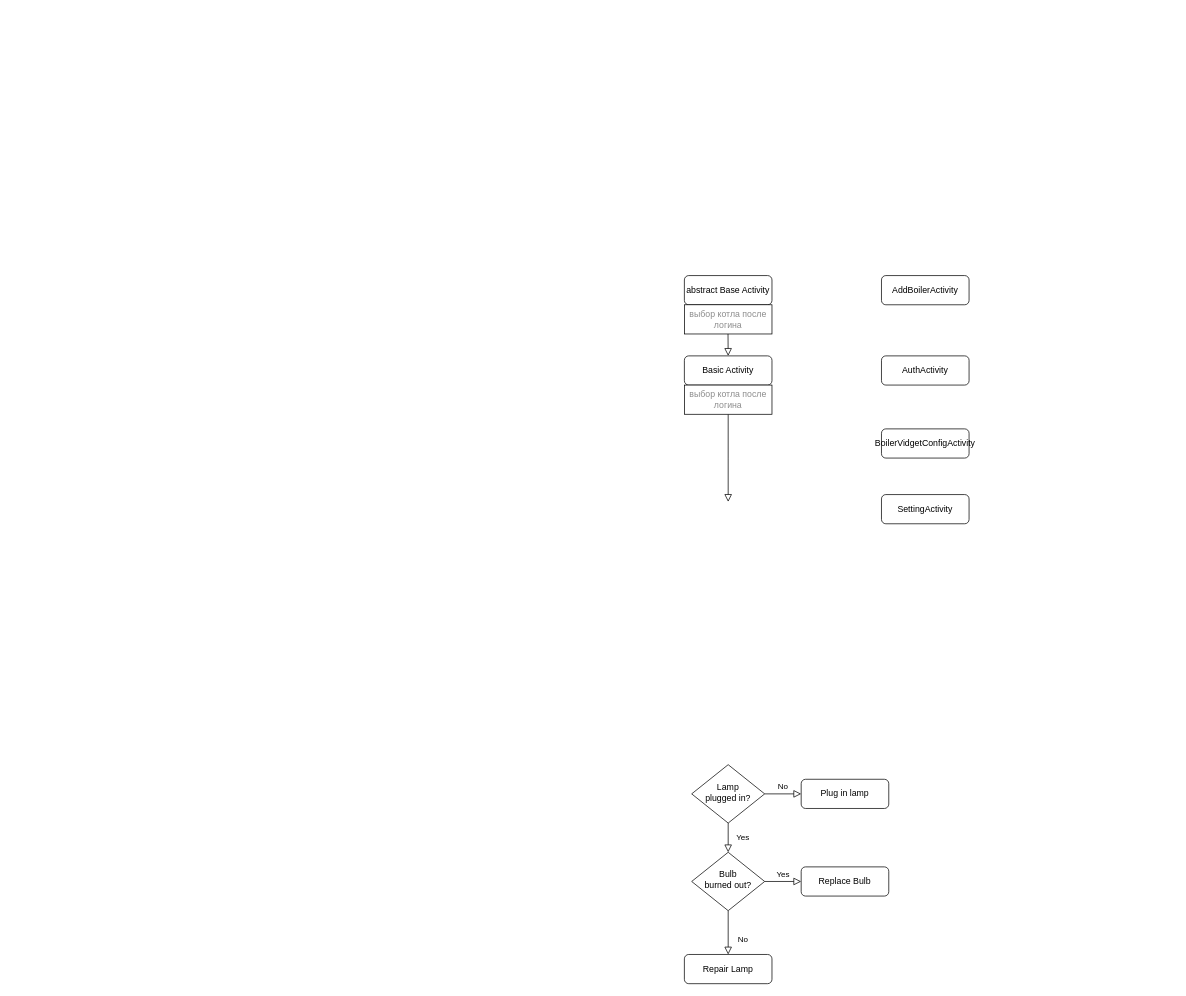
This is Диаграмма без названия.drawio from tCynik/GirdMap, a draw.io file, before an edit. Source tidied: cells renumbered, new cells numbered last; positions are measured from the earlier drawing's top-left corner, leaving out a move shared by most shapes. Both pictures are drawn from the tidied source at 73%, with x=0, y=0 at pixel (684, 275).
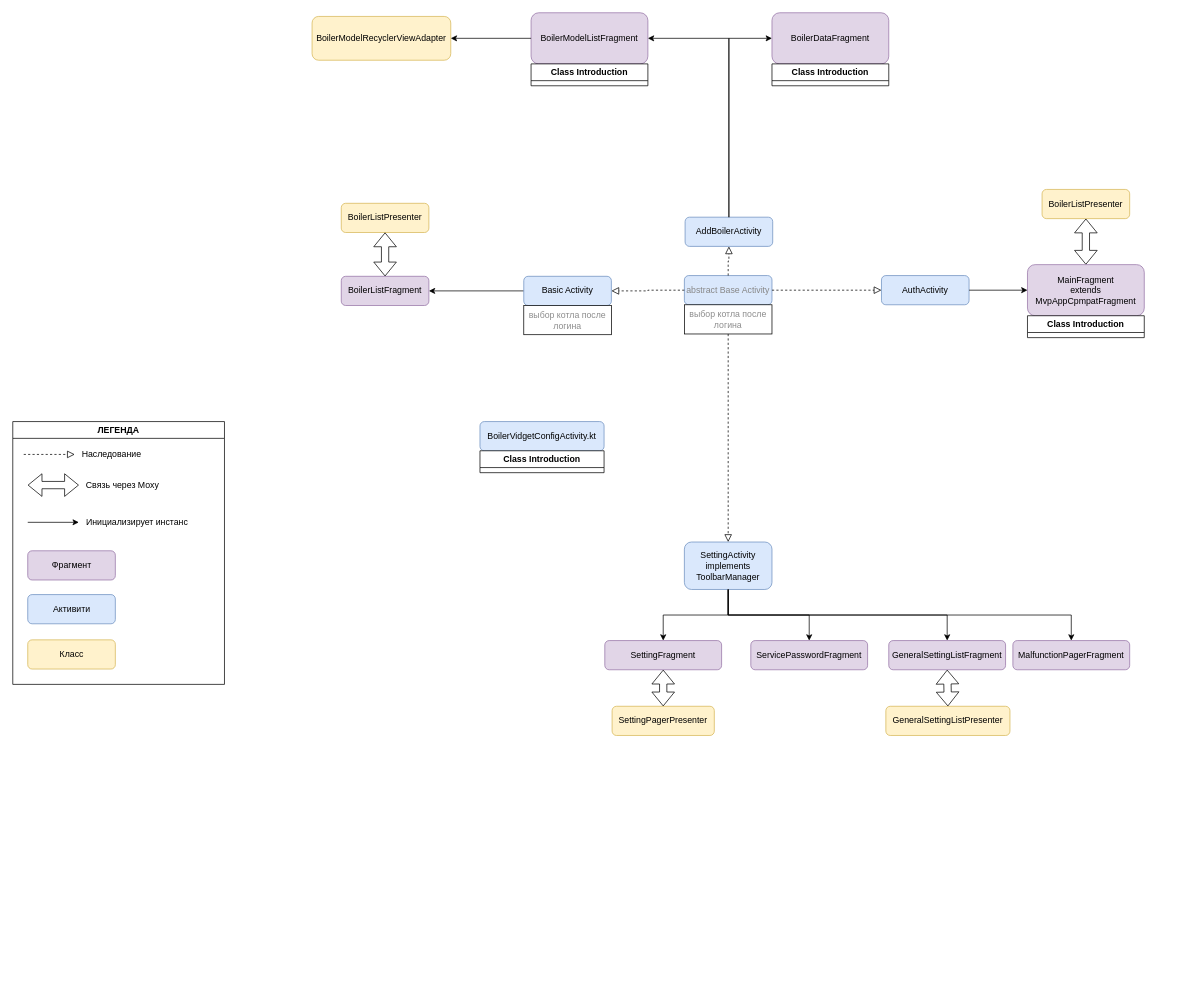
Above is the later version.

Diff of the diagram source:
```diff
@@
-    <mxCell id="2" value="abstract Base Activity" style="rounded=1;whiteSpace=wrap;html=1;fontSize=12;glass=0;strokeWidth=1;shadow=0;" parent="1" vertex="1">
+    <mxCell id="2" value="abstract Base Activity" style="rounded=1;whiteSpace=wrap;html=1;fontSize=12;glass=0;strokeWidth=1;shadow=0;fillColor=#dae8fc;strokeColor=#6c8ebf;fontColor=#878787;" parent="1" vertex="1">
       <mxGeometry width="120" height="40" as="geometry" />
     </mxCell>
-    <mxCell id="3" value="Yes" style="rounded=0;html=1;jettySize=auto;fontSize=11;endArrow=block;endFill=0;endSize=8;strokeWidth=1;shadow=0;labelBackgroundColor=none;edgeStyle=orthogonalEdgeStyle;" parent="1" edge="1" source="5" target="9">
-      <mxGeometry y="20" relative="1" as="geometry" />
-    </mxCell>
-    <mxCell id="4" value="No" style="edgeStyle=orthogonalEdgeStyle;rounded=0;html=1;jettySize=auto;fontSize=11;endArrow=block;endFill=0;endSize=8;strokeWidth=1;shadow=0;labelBackgroundColor=none;" parent="1" edge="1" source="5" target="6">
-      <mxGeometry y="10" relative="1" as="geometry" />
-    </mxCell>
-    <mxCell id="5" value="Lamp&lt;br&gt;plugged in?" style="rhombus;whiteSpace=wrap;html=1;shadow=0;fontFamily=Helvetica;fontSize=12;align=center;strokeWidth=1;spacing=6;spacingTop=-4;" parent="1" vertex="1">
-      <mxGeometry x="10" y="670" width="100" height="80" as="geometry" />
-    </mxCell>
-    <mxCell id="6" value="Plug in lamp" style="rounded=1;whiteSpace=wrap;html=1;fontSize=12;glass=0;strokeWidth=1;shadow=0;" parent="1" vertex="1">
-      <mxGeometry x="160" y="690" width="120" height="40" as="geometry" />
-    </mxCell>
-    <mxCell id="7" value="No" style="rounded=0;html=1;jettySize=auto;fontSize=11;endArrow=block;endFill=0;endSize=8;strokeWidth=1;shadow=0;labelBackgroundColor=none;edgeStyle=orthogonalEdgeStyle;" parent="1" edge="1" source="9" target="10">
-      <mxGeometry x="0.33" y="20" relative="1" as="geometry" />
-    </mxCell>
-    <mxCell id="8" value="Yes" style="edgeStyle=orthogonalEdgeStyle;rounded=0;html=1;jettySize=auto;fontSize=11;endArrow=block;endFill=0;endSize=8;strokeWidth=1;shadow=0;labelBackgroundColor=none;" parent="1" edge="1" source="9" target="11">
-      <mxGeometry y="10" relative="1" as="geometry" />
-    </mxCell>
-    <mxCell id="9" value="Bulb&lt;br&gt;burned out?" style="rhombus;whiteSpace=wrap;html=1;shadow=0;fontFamily=Helvetica;fontSize=12;align=center;strokeWidth=1;spacing=6;spacingTop=-4;" parent="1" vertex="1">
-      <mxGeometry x="10" y="790" width="100" height="80" as="geometry" />
-    </mxCell>
-    <mxCell id="10" value="Repair Lamp" style="rounded=1;whiteSpace=wrap;html=1;fontSize=12;glass=0;strokeWidth=1;shadow=0;" parent="1" vertex="1">
-      <mxGeometry y="930" width="120" height="40" as="geometry" />
-    </mxCell>
-    <mxCell id="11" value="Replace Bulb" style="rounded=1;whiteSpace=wrap;html=1;fontSize=12;glass=0;strokeWidth=1;shadow=0;" parent="1" vertex="1">
-      <mxGeometry x="160" y="810" width="120" height="40" as="geometry" />
-    </mxCell>
-    <mxCell id="12" value="AddBoilerActivity" style="rounded=1;whiteSpace=wrap;html=1;fontSize=12;glass=0;strokeWidth=1;shadow=0;" parent="1" vertex="1">
-      <mxGeometry x="270" width="120" height="40" as="geometry" />
+    <mxCell id="12" value="AddBoilerActivity" style="rounded=1;whiteSpace=wrap;html=1;fontSize=12;glass=0;strokeWidth=1;shadow=0;fillColor=#dae8fc;strokeColor=#6c8ebf;" parent="1" vertex="1">
+      <mxGeometry x="1" y="-80" width="120" height="40" as="geometry" />
     </mxCell>
-    <mxCell id="13" value="AuthActivity" style="rounded=1;whiteSpace=wrap;html=1;fontSize=12;glass=0;strokeWidth=1;shadow=0;" parent="1" vertex="1">
-      <mxGeometry x="270" y="110" width="120" height="40" as="geometry" />
+    <mxCell id="13" value="AuthActivity" style="rounded=1;whiteSpace=wrap;html=1;fontSize=12;glass=0;strokeWidth=1;shadow=0;fillColor=#dae8fc;strokeColor=#6c8ebf;" parent="1" vertex="1">
+      <mxGeometry x="270" width="120" height="40" as="geometry" />
     </mxCell>
+    <mxCell id="21" style="edgeStyle=orthogonalEdgeStyle;rounded=0;jettySize=auto;html=1;exitX=0;exitY=0.5;exitDx=0;exitDy=0;entryX=1;entryY=0.5;entryDx=0;entryDy=0;" parent="1" edge="1" source="14" target="23">
+      <mxGeometry relative="1" as="geometry" />
+    </mxCell>
+    <mxCell id="16" value="SettingActivity&lt;br&gt;implements&lt;br&gt;ToolbarManager" style="rounded=1;whiteSpace=wrap;html=1;fontSize=12;glass=0;strokeWidth=1;shadow=0;fillColor=#dae8fc;strokeColor=#6c8ebf;" parent="1" vertex="1">
+      <mxGeometry y="365" width="120" height="65" as="geometry" />
+    </mxCell>
+    <mxCell id="18" value="выбор котла после логина" style="rounded=0;whiteSpace=wrap;html=1;fontColor=#8c8c8c;" parent="1" vertex="1">
+      <mxGeometry y="40" width="120" height="40" as="geometry" />
+    </mxCell>
+    <mxCell id="20" style="rounded=0;html=1;jettySize=auto;fontSize=11;endArrow=block;endFill=0;endSize=8;strokeWidth=1;shadow=0;labelBackgroundColor=none;edgeStyle=orthogonalEdgeStyle;exitX=0;exitY=0.5;exitDx=0;exitDy=0;dashed=1;entryX=1;entryY=0.5;entryDx=0;entryDy=0;" parent="1" edge="1" source="2" target="14">
+      <mxGeometry relative="1" as="geometry" />
+    </mxCell>
+    <mxCell id="22" style="group;" parent="1" vertex="1">
+      <mxGeometry x="-470" y="-99" width="120" height="140" as="geometry" />
+    </mxCell>
+    <mxCell id="23" value="BoilerListFragment" style="rounded=1;whiteSpace=wrap;html=1;fontSize=12;glass=0;strokeWidth=1;shadow=0;fillColor=#e1d5e7;strokeColor=#9673a6;" parent="22" vertex="1">
+      <mxGeometry y="100" width="120" height="40" as="geometry" />
+    </mxCell>
+    <mxCell id="24" value="BoilerListPresenter" style="rounded=1;whiteSpace=wrap;html=1;fontSize=12;glass=0;strokeWidth=1;shadow=0;fillColor=#fff2cc;strokeColor=#d6b656;" parent="22" vertex="1">
+      <mxGeometry width="120" height="40" as="geometry" />
+    </mxCell>
+    <mxCell id="25" style="shape=flexArrow;endArrow=classic;startArrow=classic;html=1;rounded=0;exitX=0.5;exitY=0;exitDx=0;exitDy=0;entryX=0.5;entryY=1;entryDx=0;entryDy=0;" parent="22" edge="1" source="23" target="24">
+      <mxGeometry relative="1" as="geometry" />
+    </mxCell>
+    <mxCell id="26" value="BoilerListPresenter" style="rounded=1;whiteSpace=wrap;html=1;fontSize=12;glass=0;strokeWidth=1;shadow=0;fillColor=#fff2cc;strokeColor=#d6b656;" parent="1" vertex="1">
+      <mxGeometry x="490" y="-118" width="120" height="40" as="geometry" />
+    </mxCell>
+    <mxCell id="27" style="shape=flexArrow;endArrow=classic;startArrow=classic;html=1;rounded=0;exitX=0.5;exitY=0;exitDx=0;exitDy=0;entryX=0.5;entryY=1;entryDx=0;entryDy=0;" parent="1" edge="1" source="30" target="26">
+      <mxGeometry relative="1" as="geometry" />
+    </mxCell>
+    <mxCell id="28" style="edgeStyle=orthogonalEdgeStyle;rounded=0;jettySize=auto;html=1;exitX=1;exitY=0.5;exitDx=0;exitDy=0;entryX=0;entryY=0.5;entryDx=0;entryDy=0;" parent="1" edge="1" source="13" target="30">
+      <mxGeometry relative="1" as="geometry" />
+    </mxCell>
+    <mxCell id="29" style="group;" parent="1" vertex="1">
+      <mxGeometry x="470" y="95" width="200" height="270" as="geometry" />
+    </mxCell>
+    <mxCell id="30" value="MainFragment &lt;br&gt;extends MvpAppCpmpatFragment" style="rounded=1;whiteSpace=wrap;html=1;fontSize=12;glass=0;strokeWidth=1;shadow=0;fillColor=#e1d5e7;strokeColor=#9673a6;" parent="29" vertex="1">
+      <mxGeometry y="-110" width="160" height="70" as="geometry" />
+    </mxCell>
+    <mxCell id="31" value="Class Introduction" style="swimlane;whiteSpace=wrap;html=1;" parent="29" vertex="1" collapsed="1">
+      <mxGeometry y="-40" width="160" height="30" as="geometry" />
+    </mxCell>
+    <mxCell id="32" style="rounded=0;html=1;jettySize=auto;fontSize=11;endArrow=block;endFill=0;endSize=8;strokeWidth=1;shadow=0;labelBackgroundColor=none;edgeStyle=orthogonalEdgeStyle;exitX=0.5;exitY=0;exitDx=0;exitDy=0;entryX=0.5;entryY=1;entryDx=0;entryDy=0;dashed=1;" parent="1" edge="1" source="2" target="12">
+      <mxGeometry relative="1" as="geometry" />
+    </mxCell>
+    <mxCell id="33" style="group;" parent="1" vertex="1">
+      <mxGeometry x="120" y="-360" width="210" height="270" as="geometry" />
+    </mxCell>
+    <mxCell id="34" value="BoilerDataFragment" style="rounded=1;whiteSpace=wrap;html=1;fontSize=12;glass=0;strokeWidth=1;shadow=0;fillColor=#e1d5e7;strokeColor=#9673a6;" parent="33" vertex="1">
+      <mxGeometry width="160" height="70" as="geometry" />
+    </mxCell>
+    <mxCell id="35" value="Class Introduction" style="swimlane;whiteSpace=wrap;html=1;" parent="33" vertex="1" collapsed="1">
+      <mxGeometry y="70" width="160" height="30" as="geometry" />
+    </mxCell>
+    <mxCell id="36" style="group;" parent="1" vertex="1">
+      <mxGeometry x="-210" y="-360" width="210" height="270" as="geometry" />
+    </mxCell>
+    <mxCell id="37" value="BoilerModelListFragment" style="rounded=1;whiteSpace=wrap;html=1;fontSize=12;glass=0;strokeWidth=1;shadow=0;fillColor=#e1d5e7;strokeColor=#9673a6;" parent="36" vertex="1">
+      <mxGeometry width="160" height="70" as="geometry" />
+    </mxCell>
+    <mxCell id="38" value="Class Introduction" style="swimlane;whiteSpace=wrap;html=1;" parent="36" vertex="1" collapsed="1">
+      <mxGeometry y="70" width="160" height="30" as="geometry" />
+    </mxCell>
+    <mxCell id="39" style="edgeStyle=orthogonalEdgeStyle;rounded=0;jettySize=auto;html=1;exitX=0.5;exitY=0;exitDx=0;exitDy=0;entryX=1;entryY=0.5;entryDx=0;entryDy=0;" parent="1" edge="1" source="12" target="37">
+      <mxGeometry relative="1" as="geometry" />
+    </mxCell>
+    <mxCell id="40" style="edgeStyle=orthogonalEdgeStyle;rounded=0;jettySize=auto;html=1;exitX=0.5;exitY=0;exitDx=0;exitDy=0;entryX=0;entryY=0.5;entryDx=0;entryDy=0;" parent="1" edge="1" source="12" target="34">
+      <mxGeometry relative="1" as="geometry" />
+    </mxCell>
+    <mxCell id="41" value="BoilerModelRecyclerViewAdapter" style="rounded=1;whiteSpace=wrap;html=1;fillColor=#fff2cc;strokeColor=#d6b656;" parent="1" vertex="1">
+      <mxGeometry x="-510" y="-355" width="190" height="60" as="geometry" />
+    </mxCell>
+    <mxCell id="42" style="edgeStyle=orthogonalEdgeStyle;rounded=0;jettySize=auto;html=1;exitX=0;exitY=0.5;exitDx=0;exitDy=0;entryX=1;entryY=0.5;entryDx=0;entryDy=0;" parent="1" edge="1" source="37" target="41">
+      <mxGeometry relative="1" as="geometry" />
+    </mxCell>
+    <mxCell id="43" style="rounded=0;html=1;jettySize=auto;fontSize=11;endArrow=block;endFill=0;endSize=8;strokeWidth=1;shadow=0;labelBackgroundColor=none;edgeStyle=orthogonalEdgeStyle;exitX=0.5;exitY=1;exitDx=0;exitDy=0;entryX=0.5;entryY=0;entryDx=0;entryDy=0;dashed=1;" parent="1" edge="1" source="18" target="16">
+      <mxGeometry relative="1" as="geometry" />
+    </mxCell>
+    <mxCell id="44" style="group;" parent="1" vertex="1">
+      <mxGeometry x="-280" y="200" width="170" height="70" as="geometry" />
+    </mxCell>
+    <mxCell id="15" value="BoilerVidgetConfigActivity.kt" style="rounded=1;whiteSpace=wrap;html=1;fontSize=12;glass=0;strokeWidth=1;shadow=0;fillColor=#dae8fc;strokeColor=#6c8ebf;" parent="44" vertex="1">
+      <mxGeometry width="170" height="40" as="geometry" />
+    </mxCell>
+    <mxCell id="45" value="Class Introduction" style="swimlane;whiteSpace=wrap;html=1;" parent="44" vertex="1" collapsed="1">
+      <mxGeometry y="40" width="170" height="30" as="geometry" />
+    </mxCell>
+    <mxCell id="46" value="ЛЕГЕНДА" style="swimlane;whiteSpace=wrap;html=1;" parent="1" vertex="1">
+      <mxGeometry x="-920" y="200" width="290" height="360" as="geometry" />
+    </mxCell>
+    <mxCell id="47" style="rounded=0;html=1;jettySize=auto;orthogonalLoop=1;fontSize=11;endArrow=block;endFill=0;endSize=8;strokeWidth=1;shadow=0;labelBackgroundColor=none;edgeStyle=orthogonalEdgeStyle;exitX=1;exitY=0.5;exitDx=0;exitDy=0;dashed=1;" parent="46" edge="1">
+      <mxGeometry relative="1" as="geometry">
+        <mxPoint x="15" y="45" as="sourcePoint" />
+        <mxPoint x="85" y="45" as="targetPoint" />
+      </mxGeometry>
+    </mxCell>
+    <mxCell id="48" value="Наследование" style="text;html=1;align=center;verticalAlign=middle;strokeColor=none;fillColor=none;" parent="46" vertex="1">
+      <mxGeometry x="85" y="30" width="100" height="30" as="geometry" />
+    </mxCell>
+    <mxCell id="49" style="shape=flexArrow;endArrow=classic;startArrow=classic;html=1;rounded=0;" parent="46" edge="1">
+      <mxGeometry relative="1" as="geometry">
+        <mxPoint x="20.5" y="87" as="sourcePoint" />
+        <mxPoint x="90.5" y="87" as="targetPoint" />
+      </mxGeometry>
+    </mxCell>
+    <mxCell id="50" value="Связь через Moxy" style="text;html=1;align=center;verticalAlign=middle;strokeColor=none;fillColor=none;" parent="46" vertex="1">
+      <mxGeometry x="89.5" y="73" width="120" height="30" as="geometry" />
+    </mxCell>
+    <mxCell id="51" style="edgeStyle=orthogonalEdgeStyle;rounded=0;orthogonalLoop=1;jettySize=auto;html=1;entryX=0;entryY=0.5;entryDx=0;entryDy=0;" parent="46" edge="1">
+      <mxGeometry relative="1" as="geometry">
+        <mxPoint x="20.5" y="138" as="sourcePoint" />
+        <mxPoint x="90.5" y="138" as="targetPoint" />
+      </mxGeometry>
+    </mxCell>
+    <mxCell id="52" value="Инициализирует инстанс" style="text;html=1;align=center;verticalAlign=middle;strokeColor=none;fillColor=none;" parent="46" vertex="1">
+      <mxGeometry x="89.5" y="123" width="160" height="30" as="geometry" />
+    </mxCell>
+    <mxCell id="53" value="Фрагмент" style="rounded=1;whiteSpace=wrap;html=1;fontSize=12;glass=0;strokeWidth=1;shadow=0;fillColor=#e1d5e7;strokeColor=#9673a6;" parent="46" vertex="1">
+      <mxGeometry x="20.5" y="177" width="120" height="40" as="geometry" />
+    </mxCell>
+    <mxCell id="54" value="Активити" style="rounded=1;whiteSpace=wrap;html=1;fontSize=12;glass=0;strokeWidth=1;shadow=0;fillColor=#dae8fc;strokeColor=#6c8ebf;" parent="46" vertex="1">
+      <mxGeometry x="20.5" y="237" width="120" height="40" as="geometry" />
+    </mxCell>
+    <mxCell id="55" value="Класс" style="rounded=1;whiteSpace=wrap;html=1;fontSize=12;glass=0;strokeWidth=1;shadow=0;fillColor=#fff2cc;strokeColor=#d6b656;" parent="46" vertex="1">
+      <mxGeometry x="20.5" y="299" width="120" height="40" as="geometry" />
+    </mxCell>
+    <mxCell id="56" value="MalfunctionPagerFragment" style="rounded=1;whiteSpace=wrap;html=1;fontSize=12;glass=0;strokeWidth=1;shadow=0;fillColor=#e1d5e7;strokeColor=#9673a6;" parent="1" vertex="1">
+      <mxGeometry x="450" y="500" width="160" height="40" as="geometry" />
+    </mxCell>
+    <mxCell id="57" style="edgeStyle=orthogonalEdgeStyle;rounded=0;jettySize=auto;html=1;exitX=0.5;exitY=1;exitDx=0;exitDy=0;entryX=0.5;entryY=0;entryDx=0;entryDy=0;" parent="1" edge="1" source="16" target="56">
+      <mxGeometry relative="1" as="geometry" />
+    </mxCell>
+    <mxCell id="58" value="GeneralSettingListFragment" style="rounded=1;whiteSpace=wrap;html=1;fontSize=12;glass=0;strokeWidth=1;shadow=0;fillColor=#e1d5e7;strokeColor=#9673a6;" parent="1" vertex="1">
+      <mxGeometry x="280" y="500" width="160" height="40" as="geometry" />
+    </mxCell>
+    <mxCell id="59" style="edgeStyle=orthogonalEdgeStyle;rounded=0;jettySize=auto;html=1;exitX=0.5;exitY=1;exitDx=0;exitDy=0;entryX=0.5;entryY=0;entryDx=0;entryDy=0;" parent="1" edge="1" source="16" target="58">
+      <mxGeometry relative="1" as="geometry" />
+    </mxCell>
+    <mxCell id="60" value="ServicePasswordFragment" style="rounded=1;whiteSpace=wrap;html=1;fontSize=12;glass=0;strokeWidth=1;shadow=0;fillColor=#e1d5e7;strokeColor=#9673a6;" parent="1" vertex="1">
+      <mxGeometry x="91" y="500" width="160" height="40" as="geometry" />
+    </mxCell>
+    <mxCell id="61" style="edgeStyle=orthogonalEdgeStyle;rounded=0;jettySize=auto;html=1;exitX=0.5;exitY=1;exitDx=0;exitDy=0;entryX=0.5;entryY=0;entryDx=0;entryDy=0;" parent="1" edge="1" source="16" target="60">
+      <mxGeometry relative="1" as="geometry" />
+    </mxCell>
+    <mxCell id="62" value="SettingFragment" style="rounded=1;whiteSpace=wrap;html=1;fontSize=12;glass=0;strokeWidth=1;shadow=0;fillColor=#e1d5e7;strokeColor=#9673a6;" parent="1" vertex="1">
+      <mxGeometry x="-109" y="500" width="160" height="40" as="geometry" />
+    </mxCell>
+    <mxCell id="63" style="edgeStyle=orthogonalEdgeStyle;rounded=0;jettySize=auto;html=1;exitX=0.5;exitY=1;exitDx=0;exitDy=0;entryX=0.5;entryY=0;entryDx=0;entryDy=0;" parent="1" edge="1" source="16" target="62">
+      <mxGeometry relative="1" as="geometry" />
+    </mxCell>
+    <mxCell id="64" style="group;" parent="1" vertex="1">
+      <mxGeometry x="-220" y="1" width="120" height="80" as="geometry" />
+    </mxCell>
-    <mxCell id="14" value="Basic Activity" style="rounded=1;whiteSpace=wrap;html=1;fontSize=12;glass=0;strokeWidth=1;shadow=0;" parent="1" vertex="1">
-      <mxGeometry y="110" width="120" height="40" as="geometry" />
+    <mxCell id="14" value="Basic Activity" style="rounded=1;whiteSpace=wrap;html=1;fontSize=12;glass=0;strokeWidth=1;shadow=0;fillColor=#dae8fc;strokeColor=#6c8ebf;" parent="64" vertex="1">
+      <mxGeometry width="120" height="40" as="geometry" />
     </mxCell>
-    <mxCell id="15" value="BoilerVidgetConfigActivity" style="rounded=1;whiteSpace=wrap;html=1;fontSize=12;glass=0;strokeWidth=1;shadow=0;" parent="1" vertex="1">
-      <mxGeometry x="270" y="210" width="120" height="40" as="geometry" />
-    </mxCell>
-    <mxCell id="16" value="SettingActivity" style="rounded=1;whiteSpace=wrap;html=1;fontSize=12;glass=0;strokeWidth=1;shadow=0;" parent="1" vertex="1">
-      <mxGeometry x="270" y="300" width="120" height="40" as="geometry" />
-    </mxCell>
-    <mxCell id="17" style="rounded=0;html=1;jettySize=auto;fontSize=11;endArrow=block;endFill=0;endSize=8;strokeWidth=1;shadow=0;labelBackgroundColor=none;edgeStyle=orthogonalEdgeStyle;exitX=0.5;exitY=1;exitDx=0;exitDy=0;" parent="1" edge="1" source="19">
-      <mxGeometry relative="1" as="geometry">
-        <mxPoint x="60" y="310" as="targetPoint" />
-      </mxGeometry>
-    </mxCell>
-    <mxCell id="18" value="выбор котла после логина" style="rounded=0;whiteSpace=wrap;html=1;fontColor=#8c8c8c;" parent="1" vertex="1">
-      <mxGeometry y="40" width="120" height="40" as="geometry" />
-    </mxCell>
-    <mxCell id="19" value="выбор котла после логина" style="rounded=0;whiteSpace=wrap;html=1;fontColor=#8c8c8c;" parent="1" vertex="1">
-      <mxGeometry y="150" width="120" height="40" as="geometry" />
+    <mxCell id="19" value="выбор котла после логина" style="rounded=0;whiteSpace=wrap;html=1;fontColor=#8c8c8c;" parent="64" vertex="1">
+      <mxGeometry y="40" width="120" height="40" as="geometry" />
     </mxCell>
-    <mxCell id="20" style="rounded=0;html=1;jettySize=auto;orthogonalLoop=1;fontSize=11;endArrow=block;endFill=0;endSize=8;strokeWidth=1;shadow=0;labelBackgroundColor=none;edgeStyle=orthogonalEdgeStyle;exitX=0.5;exitY=1;exitDx=0;exitDy=0;" parent="1" edge="1">
-      <mxGeometry relative="1" as="geometry">
-        <mxPoint x="59.8" y="80" as="sourcePoint" />
-        <mxPoint x="60" y="110" as="targetPoint" />
-      </mxGeometry>
-    </mxCell>
+    <mxCell id="65" style="rounded=0;html=1;jettySize=auto;fontSize=11;endArrow=block;endFill=0;endSize=8;strokeWidth=1;shadow=0;labelBackgroundColor=none;edgeStyle=orthogonalEdgeStyle;exitX=1;exitY=0.5;exitDx=0;exitDy=0;entryX=0;entryY=0.5;entryDx=0;entryDy=0;dashed=1;" parent="1" edge="1" source="2" target="13">
+      <mxGeometry relative="1" as="geometry" />
+    </mxCell>
+    <mxCell id="66" value="SettingPagerPresenter" style="rounded=1;whiteSpace=wrap;html=1;fontSize=12;glass=0;strokeWidth=1;shadow=0;fillColor=#fff2cc;strokeColor=#d6b656;" parent="1" vertex="1">
+      <mxGeometry x="-99" y="590" width="140" height="40" as="geometry" />
+    </mxCell>
+    <mxCell id="67" style="shape=flexArrow;endArrow=classic;startArrow=classic;html=1;rounded=0;entryX=0.5;entryY=1;entryDx=0;entryDy=0;exitX=0.5;exitY=0;exitDx=0;exitDy=0;" parent="1" edge="1" source="66" target="62">
+      <mxGeometry relative="1" as="geometry" />
+    </mxCell>
+    <mxCell id="68" value="GeneralSettingListPresenter" style="rounded=1;whiteSpace=wrap;html=1;fontSize=12;glass=0;strokeWidth=1;shadow=0;fillColor=#fff2cc;strokeColor=#d6b656;" parent="1" vertex="1">
+      <mxGeometry x="276" y="590" width="170" height="40" as="geometry" />
+    </mxCell>
+    <mxCell id="69" style="shape=flexArrow;endArrow=classic;startArrow=classic;html=1;rounded=0;entryX=0.5;entryY=1;entryDx=0;entryDy=0;exitX=0.5;exitY=0;exitDx=0;exitDy=0;" parent="1" edge="1" source="68" target="58">
+      <mxGeometry relative="1" as="geometry" />
+    </mxCell>
```
